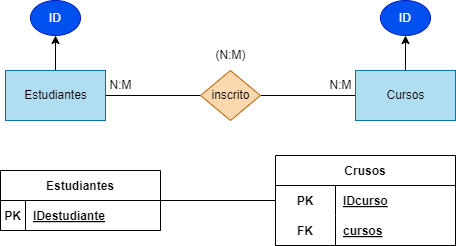
The draw.io diagram BAE/Tareas/Unidad2/Images/Ejercicio21.drawio.png in ResetMeNow/DAW, before a commit. Source tidied: cells renumbered, new cells last; positions are measured from the earlier drawing's top-left corner, leaving out a move shared by most shapes.
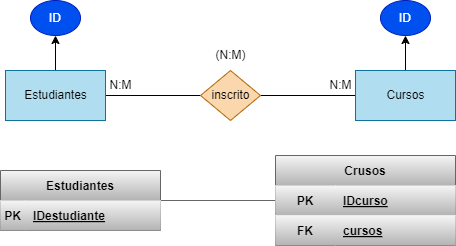
After the commit.

Change to the diagram source:
```diff
@@ -32,40 +32,40 @@
     <mxCell id="11" value="(N:M)" style="text;html=1;align=center;verticalAlign=middle;strokeColor=none;fillColor=none;" parent="1" vertex="1">
       <mxGeometry x="205" y="40" width="50" height="30" as="geometry" />
     </mxCell>
-    <mxCell id="12" style="edgeStyle=none;html=1;endArrow=none;endFill=0;" parent="1" edge="1" source="13" target="18">
+    <mxCell id="12" style="edgeStyle=none;html=1;endArrow=none;endFill=0;fillColor=#f5f5f5;strokeColor=#666666;gradientColor=#b3b3b3;" parent="1" edge="1" source="13" target="18">
       <mxGeometry relative="1" as="geometry" />
     </mxCell>
-    <mxCell id="13" value="Estudiantes" style="shape=table;startSize=30;rowLines=0;fontStyle=1;align=center;" parent="1" vertex="1">
+    <mxCell id="13" value="Estudiantes" style="shape=table;startSize=30;rowLines=0;fontStyle=1;align=center;fillColor=#f5f5f5;strokeColor=#666666;gradientColor=#b3b3b3;" parent="1" vertex="1">
       <mxGeometry y="170" width="160" height="60" as="geometry" />
     </mxCell>
-    <mxCell id="14" style="shape=tableRow;horizontal=0;startSize=0;swimlaneHead=0;swimlaneBody=0;fillColor=none;top=0;left=0;right=0;bottom=1;" parent="13" vertex="1">
+    <mxCell id="14" style="shape=tableRow;horizontal=0;startSize=0;swimlaneHead=0;swimlaneBody=0;fillColor=#f5f5f5;top=0;left=0;right=0;bottom=1;strokeColor=#666666;gradientColor=#b3b3b3;" parent="13" vertex="1">
       <mxGeometry y="30" width="160" height="30" as="geometry" />
     </mxCell>
-    <mxCell id="15" value="PK" style="shape=partialRectangle;fillColor=none;top=0;left=0;bottom=0;right=0;fontStyle=1;overflow=hidden;" parent="14" vertex="1">
+    <mxCell id="15" value="PK" style="shape=partialRectangle;fillColor=#f5f5f5;top=0;left=0;bottom=0;right=0;fontStyle=1;overflow=hidden;strokeColor=#666666;gradientColor=#b3b3b3;" parent="14" vertex="1">
       <mxGeometry width="25" height="30" as="geometry" />
     </mxCell>
-    <mxCell id="16" value="IDestudiante" style="shape=partialRectangle;fillColor=none;top=0;left=0;bottom=0;right=0;align=left;spacingLeft=6;fontStyle=5;overflow=hidden;" parent="14" vertex="1">
+    <mxCell id="16" value="IDestudiante" style="shape=partialRectangle;fillColor=#f5f5f5;top=0;left=0;bottom=0;right=0;align=left;spacingLeft=6;fontStyle=5;overflow=hidden;strokeColor=#666666;gradientColor=#b3b3b3;" parent="14" vertex="1">
       <mxGeometry x="25" width="135" height="30" as="geometry" />
     </mxCell>
-    <mxCell id="17" value="Crusos" style="shape=table;startSize=30;rowLines=0;fontStyle=1;align=center;" parent="1" vertex="1">
+    <mxCell id="17" value="Crusos" style="shape=table;startSize=30;rowLines=0;fontStyle=1;align=center;fillColor=#f5f5f5;strokeColor=#666666;gradientColor=#b3b3b3;" parent="1" vertex="1">
       <mxGeometry x="275" y="155" width="180" height="90" as="geometry" />
     </mxCell>
-    <mxCell id="18" style="shape=tableRow;horizontal=0;startSize=0;swimlaneHead=0;swimlaneBody=0;fillColor=none;points=[[0,0.5],[1,0.5]];portConstraint=eastwest;top=0;left=0;right=0;bottom=0;" parent="17" vertex="1">
+    <mxCell id="18" style="shape=tableRow;horizontal=0;startSize=0;swimlaneHead=0;swimlaneBody=0;fillColor=#f5f5f5;points=[[0,0.5],[1,0.5]];portConstraint=eastwest;top=0;left=0;right=0;bottom=0;strokeColor=#666666;gradientColor=#b3b3b3;" parent="17" vertex="1">
       <mxGeometry y="30" width="180" height="30" as="geometry" />
     </mxCell>
-    <mxCell id="19" value="PK" style="shape=partialRectangle;fillColor=none;top=0;left=0;bottom=0;right=0;fontStyle=1;overflow=hidden;" parent="18" vertex="1">
+    <mxCell id="19" value="PK" style="shape=partialRectangle;fillColor=#f5f5f5;top=0;left=0;bottom=0;right=0;fontStyle=1;overflow=hidden;strokeColor=#666666;gradientColor=#b3b3b3;" parent="18" vertex="1">
       <mxGeometry width="60" height="30" as="geometry" />
     </mxCell>
-    <mxCell id="20" value="IDcurso" style="shape=partialRectangle;fillColor=none;top=0;left=0;bottom=0;right=0;align=left;spacingLeft=6;fontStyle=5;overflow=hidden;" parent="18" vertex="1">
+    <mxCell id="20" value="IDcurso" style="shape=partialRectangle;fillColor=#f5f5f5;top=0;left=0;bottom=0;right=0;align=left;spacingLeft=6;fontStyle=5;overflow=hidden;strokeColor=#666666;gradientColor=#b3b3b3;" parent="18" vertex="1">
       <mxGeometry x="60" width="120" height="30" as="geometry" />
     </mxCell>
-    <mxCell id="21" style="shape=tableRow;horizontal=0;startSize=0;swimlaneHead=0;swimlaneBody=0;fillColor=none;top=0;left=0;right=0;bottom=1;" parent="17" vertex="1">
+    <mxCell id="21" style="shape=tableRow;horizontal=0;startSize=0;swimlaneHead=0;swimlaneBody=0;fillColor=#f5f5f5;top=0;left=0;right=0;bottom=1;strokeColor=#666666;gradientColor=#b3b3b3;" parent="17" vertex="1">
       <mxGeometry y="60" width="180" height="30" as="geometry" />
     </mxCell>
-    <mxCell id="22" value="FK" style="shape=partialRectangle;fillColor=none;top=0;left=0;bottom=0;right=0;fontStyle=1;overflow=hidden;" parent="21" vertex="1">
+    <mxCell id="22" value="FK" style="shape=partialRectangle;fillColor=#f5f5f5;top=0;left=0;bottom=0;right=0;fontStyle=1;overflow=hidden;strokeColor=#666666;gradientColor=#b3b3b3;" parent="21" vertex="1">
       <mxGeometry width="60" height="30" as="geometry" />
     </mxCell>
-    <mxCell id="23" value="cursos" style="shape=partialRectangle;fillColor=none;top=0;left=0;bottom=0;right=0;align=left;spacingLeft=6;fontStyle=5;overflow=hidden;" parent="21" vertex="1">
+    <mxCell id="23" value="cursos" style="shape=partialRectangle;fillColor=#f5f5f5;top=0;left=0;bottom=0;right=0;align=left;spacingLeft=6;fontStyle=5;overflow=hidden;strokeColor=#666666;gradientColor=#b3b3b3;" parent="21" vertex="1">
       <mxGeometry x="60" width="120" height="30" as="geometry" />
     </mxCell>
     <mxCell id="24" value="ID" style="ellipse;whiteSpace=wrap;html=1;fillColor=#0050ef;strokeColor=#001DBC;dashed=0;fontColor=#ffffff;" parent="1" vertex="1">
```
